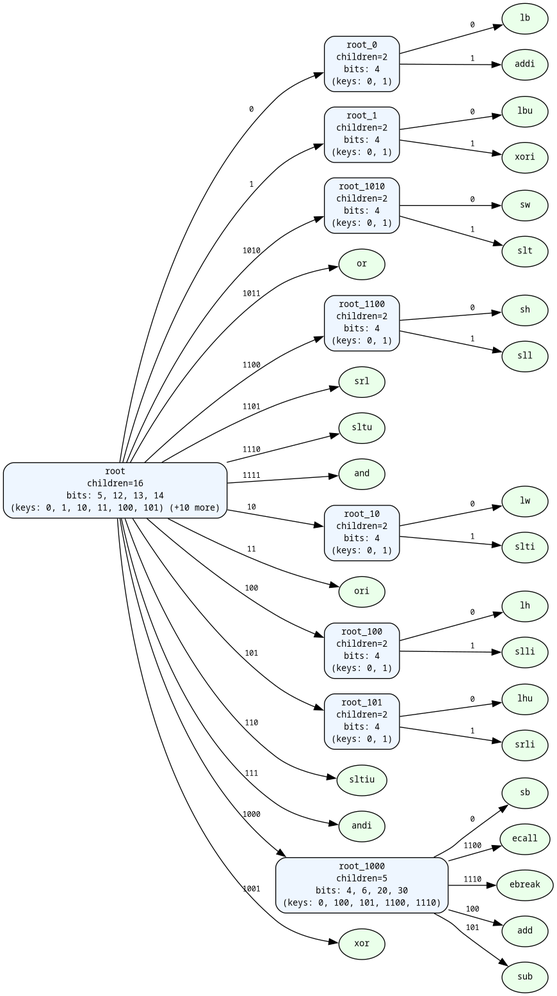
Barkir/ProtDSL keeps this Graphviz diagram as dot/tree.png. Above is the earlier version. Its source is kept beside it as dot/tree.dot.
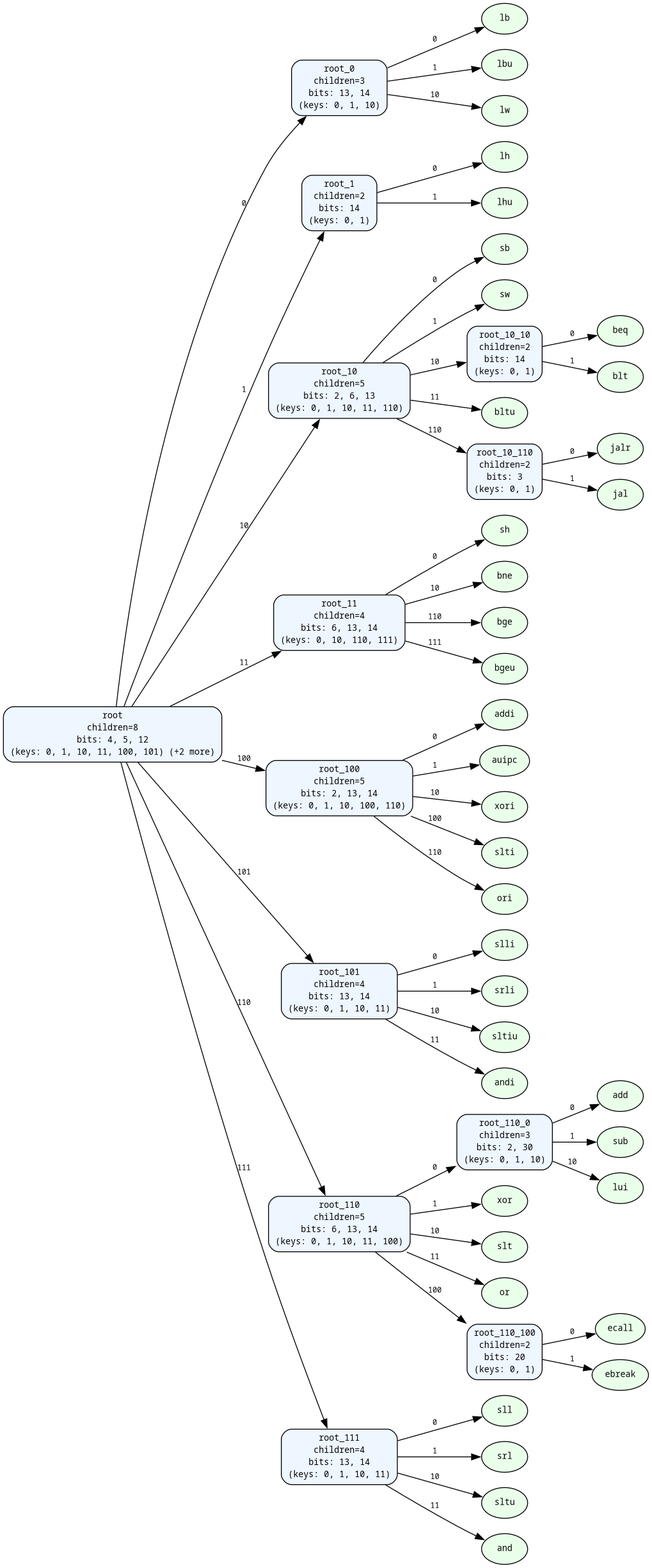
The same diagram one commit later.

What changed in the source:
```diff
@@ -3,75 +3,103 @@
   graph [fontname="Helvetica"];
   node [shape=box, style="rounded,filled", fillcolor="#f8fbff", fontname="monospace", fontsize=10];
   edge [fontname="monospace", fontsize=9];
-  "root" [label="root\nchildren=16\nbits: 5, 12, 13, 14\n(keys: 0, 1, 10, 11, 100, 101) (+10 more)", fillcolor="#eef6ff"];
+  "root" [label="root\nchildren=8\nbits: 4, 5, 12\n(keys: 0, 1, 10, 11, 100, 101) (+2 more)", fillcolor="#eef6ff"];
   "root" -> "root_0" [label="0"];
-  "root_0" [label="root_0\nchildren=2\nbits: 4\n(keys: 0, 1)", fillcolor="#eef6ff"];
+  "root_0" [label="root_0\nchildren=3\nbits: 13, 14\n(keys: 0, 1, 10)", fillcolor="#eef6ff"];
   "root_0" -> "root_0_0" [label="0"];
   "root_0_0" [label="lb", shape=ellipse, fillcolor="#eaffea"];
   "root_0" -> "root_0_1" [label="1"];
-  "root_0_1" [label="addi", shape=ellipse, fillcolor="#eaffea"];
+  "root_0_1" [label="lbu", shape=ellipse, fillcolor="#eaffea"];
+  "root_0" -> "root_0_10" [label="10"];
+  "root_0_10" [label="lw", shape=ellipse, fillcolor="#eaffea"];
   "root" -> "root_1" [label="1"];
-  "root_1" [label="root_1\nchildren=2\nbits: 4\n(keys: 0, 1)", fillcolor="#eef6ff"];
+  "root_1" [label="root_1\nchildren=2\nbits: 14\n(keys: 0, 1)", fillcolor="#eef6ff"];
   "root_1" -> "root_1_0" [label="0"];
-  "root_1_0" [label="lbu", shape=ellipse, fillcolor="#eaffea"];
+  "root_1_0" [label="lh", shape=ellipse, fillcolor="#eaffea"];
   "root_1" -> "root_1_1" [label="1"];
-  "root_1_1" [label="xori", shape=ellipse, fillcolor="#eaffea"];
-  "root" -> "root_1010" [label="1010"];
-  "root_1010" [label="root_1010\nchildren=2\nbits: 4\n(keys: 0, 1)", fillcolor="#eef6ff"];
-  "root_1010" -> "root_1010_0" [label="0"];
-  "root_1010_0" [label="sw", shape=ellipse, fillcolor="#eaffea"];
-  "root_1010" -> "root_1010_1" [label="1"];
-  "root_1010_1" [label="slt", shape=ellipse, fillcolor="#eaffea"];
-  "root" -> "root_1011" [label="1011"];
-  "root_1011" [label="or", shape=ellipse, fillcolor="#eaffea"];
-  "root" -> "root_1100" [label="1100"];
-  "root_1100" [label="root_1100\nchildren=2\nbits: 4\n(keys: 0, 1)", fillcolor="#eef6ff"];
-  "root_1100" -> "root_1100_0" [label="0"];
-  "root_1100_0" [label="sh", shape=ellipse, fillcolor="#eaffea"];
-  "root_1100" -> "root_1100_1" [label="1"];
-  "root_1100_1" [label="sll", shape=ellipse, fillcolor="#eaffea"];
-  "root" -> "root_1101" [label="1101"];
-  "root_1101" [label="srl", shape=ellipse, fillcolor="#eaffea"];
-  "root" -> "root_1110" [label="1110"];
-  "root_1110" [label="sltu", shape=ellipse, fillcolor="#eaffea"];
-  "root" -> "root_1111" [label="1111"];
-  "root_1111" [label="and", shape=ellipse, fillcolor="#eaffea"];
+  "root_1_1" [label="lhu", shape=ellipse, fillcolor="#eaffea"];
   "root" -> "root_10" [label="10"];
-  "root_10" [label="root_10\nchildren=2\nbits: 4\n(keys: 0, 1)", fillcolor="#eef6ff"];
+  "root_10" [label="root_10\nchildren=5\nbits: 2, 6, 13\n(keys: 0, 1, 10, 11, 110)", fillcolor="#eef6ff"];
   "root_10" -> "root_10_0" [label="0"];
-  "root_10_0" [label="lw", shape=ellipse, fillcolor="#eaffea"];
+  "root_10_0" [label="sb", shape=ellipse, fillcolor="#eaffea"];
   "root_10" -> "root_10_1" [label="1"];
-  "root_10_1" [label="slti", shape=ellipse, fillcolor="#eaffea"];
+  "root_10_1" [label="sw", shape=ellipse, fillcolor="#eaffea"];
+  "root_10" -> "root_10_10" [label="10"];
+  "root_10_10" [label="root_10_10\nchildren=2\nbits: 14\n(keys: 0, 1)", fillcolor="#eef6ff"];
+  "root_10_10" -> "root_10_10_0" [label="0"];
+  "root_10_10_0" [label="beq", shape=ellipse, fillcolor="#eaffea"];
+  "root_10_10" -> "root_10_10_1" [label="1"];
+  "root_10_10_1" [label="blt", shape=ellipse, fillcolor="#eaffea"];
+  "root_10" -> "root_10_11" [label="11"];
+  "root_10_11" [label="bltu", shape=ellipse, fillcolor="#eaffea"];
+  "root_10" -> "root_10_110" [label="110"];
+  "root_10_110" [label="root_10_110\nchildren=2\nbits: 3\n(keys: 0, 1)", fillcolor="#eef6ff"];
+  "root_10_110" -> "root_10_110_0" [label="0"];
+  "root_10_110_0" [label="jalr", shape=ellipse, fillcolor="#eaffea"];
+  "root_10_110" -> "root_10_110_1" [label="1"];
+  "root_10_110_1" [label="jal", shape=ellipse, fillcolor="#eaffea"];
   "root" -> "root_11" [label="11"];
-  "root_11" [label="ori", shape=ellipse, fillcolor="#eaffea"];
+  "root_11" [label="root_11\nchildren=4\nbits: 6, 13, 14\n(keys: 0, 10, 110, 111)", fillcolor="#eef6ff"];
+  "root_11" -> "root_11_0" [label="0"];
+  "root_11_0" [label="sh", shape=ellipse, fillcolor="#eaffea"];
+  "root_11" -> "root_11_10" [label="10"];
+  "root_11_10" [label="bne", shape=ellipse, fillcolor="#eaffea"];
+  "root_11" -> "root_11_110" [label="110"];
+  "root_11_110" [label="bge", shape=ellipse, fillcolor="#eaffea"];
+  "root_11" -> "root_11_111" [label="111"];
+  "root_11_111" [label="bgeu", shape=ellipse, fillcolor="#eaffea"];
   "root" -> "root_100" [label="100"];
-  "root_100" [label="root_100\nchildren=2\nbits: 4\n(keys: 0, 1)", fillcolor="#eef6ff"];
+  "root_100" [label="root_100\nchildren=5\nbits: 2, 13, 14\n(keys: 0, 1, 10, 100, 110)", fillcolor="#eef6ff"];
   "root_100" -> "root_100_0" [label="0"];
-  "root_100_0" [label="lh", shape=ellipse, fillcolor="#eaffea"];
+  "root_100_0" [label="addi", shape=ellipse, fillcolor="#eaffea"];
   "root_100" -> "root_100_1" [label="1"];
-  "root_100_1" [label="slli", shape=ellipse, fillcolor="#eaffea"];
+  "root_100_1" [label="auipc", shape=ellipse, fillcolor="#eaffea"];
+  "root_100" -> "root_100_10" [label="10"];
+  "root_100_10" [label="xori", shape=ellipse, fillcolor="#eaffea"];
+  "root_100" -> "root_100_100" [label="100"];
+  "root_100_100" [label="slti", shape=ellipse, fillcolor="#eaffea"];
+  "root_100" -> "root_100_110" [label="110"];
+  "root_100_110" [label="ori", shape=ellipse, fillcolor="#eaffea"];
   "root" -> "root_101" [label="101"];
-  "root_101" [label="root_101\nchildren=2\nbits: 4\n(keys: 0, 1)", fillcolor="#eef6ff"];
+  "root_101" [label="root_101\nchildren=4\nbits: 13, 14\n(keys: 0, 1, 10, 11)", fillcolor="#eef6ff"];
   "root_101" -> "root_101_0" [label="0"];
-  "root_101_0" [label="lhu", shape=ellipse, fillcolor="#eaffea"];
+  "root_101_0" [label="slli", shape=ellipse, fillcolor="#eaffea"];
   "root_101" -> "root_101_1" [label="1"];
   "root_101_1" [label="srli", shape=ellipse, fillcolor="#eaffea"];
+  "root_101" -> "root_101_10" [label="10"];
+  "root_101_10" [label="sltiu", shape=ellipse, fillcolor="#eaffea"];
+  "root_101" -> "root_101_11" [label="11"];
+  "root_101_11" [label="andi", shape=ellipse, fillcolor="#eaffea"];
   "root" -> "root_110" [label="110"];
-  "root_110" [label="sltiu", shape=ellipse, fillcolor="#eaffea"];
+  "root_110" [label="root_110\nchildren=5\nbits: 6, 13, 14\n(keys: 0, 1, 10, 11, 100)", fillcolor="#eef6ff"];
+  "root_110" -> "root_110_0" [label="0"];
+  "root_110_0" [label="root_110_0\nchildren=3\nbits: 2, 30\n(keys: 0, 1, 10)", fillcolor="#eef6ff"];
+  "root_110_0" -> "root_110_0_0" [label="0"];
+  "root_110_0_0" [label="add", shape=ellipse, fillcolor="#eaffea"];
+  "root_110_0" -> "root_110_0_1" [label="1"];
+  "root_110_0_1" [label="sub", shape=ellipse, fillcolor="#eaffea"];
+  "root_110_0" -> "root_110_0_10" [label="10"];
+  "root_110_0_10" [label="lui", shape=ellipse, fillcolor="#eaffea"];
+  "root_110" -> "root_110_1" [label="1"];
+  "root_110_1" [label="xor", shape=ellipse, fillcolor="#eaffea"];
+  "root_110" -> "root_110_10" [label="10"];
+  "root_110_10" [label="slt", shape=ellipse, fillcolor="#eaffea"];
+  "root_110" -> "root_110_11" [label="11"];
+  "root_110_11" [label="or", shape=ellipse, fillcolor="#eaffea"];
+  "root_110" -> "root_110_100" [label="100"];
+  "root_110_100" [label="root_110_100\nchildren=2\nbits: 20\n(keys: 0, 1)", fillcolor="#eef6ff"];
+  "root_110_100" -> "root_110_100_0" [label="0"];
+  "root_110_100_0" [label="ecall", shape=ellipse, fillcolor="#eaffea"];
+  "root_110_100" -> "root_110_100_1" [label="1"];
+  "root_110_100_1" [label="ebreak", shape=ellipse, fillcolor="#eaffea"];
   "root" -> "root_111" [label="111"];
-  "root_111" [label="andi", shape=ellipse, fillcolor="#eaffea"];
-  "root" -> "root_1000" [label="1000"];
-  "root_1000" [label="root_1000\nchildren=5\nbits: 4, 6, 20, 30\n(keys: 0, 100, 101, 1100, 1110)", fillcolor="#eef6ff"];
-  "root_1000" -> "root_1000_0" [label="0"];
-  "root_1000_0" [label="sb", shape=ellipse, fillcolor="#eaffea"];
-  "root_1000" -> "root_1000_1100" [label="1100"];
-  "root_1000_1100" [label="ecall", shape=ellipse, fillcolor="#eaffea"];
-  "root_1000" -> "root_1000_1110" [label="1110"];
-  "root_1000_1110" [label="ebreak", shape=ellipse, fillcolor="#eaffea"];
-  "root_1000" -> "root_1000_100" [label="100"];
-  "root_1000_100" [label="add", shape=ellipse, fillcolor="#eaffea"];
-  "root_1000" -> "root_1000_101" [label="101"];
-  "root_1000_101" [label="sub", shape=ellipse, fillcolor="#eaffea"];
-  "root" -> "root_1001" [label="1001"];
-  "root_1001" [label="xor", shape=ellipse, fillcolor="#eaffea"];
+  "root_111" [label="root_111\nchildren=4\nbits: 13, 14\n(keys: 0, 1, 10, 11)", fillcolor="#eef6ff"];
+  "root_111" -> "root_111_0" [label="0"];
+  "root_111_0" [label="sll", shape=ellipse, fillcolor="#eaffea"];
+  "root_111" -> "root_111_1" [label="1"];
+  "root_111_1" [label="srl", shape=ellipse, fillcolor="#eaffea"];
+  "root_111" -> "root_111_10" [label="10"];
+  "root_111_10" [label="sltu", shape=ellipse, fillcolor="#eaffea"];
+  "root_111" -> "root_111_11" [label="11"];
+  "root_111_11" [label="and", shape=ellipse, fillcolor="#eaffea"];
 }
```
